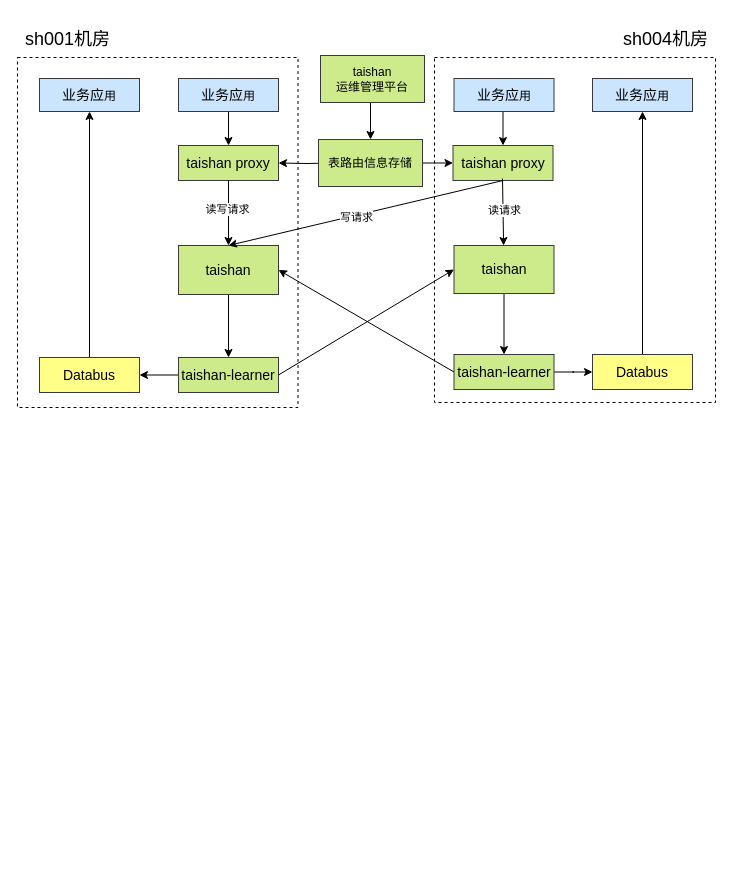
Above: 述职.drawio in nanblpc/draw (draw.io), before the change. Source tidied: cells renumbered, new cells numbered last; positions are measured from the earlier drawing's top-left corner, leaving out a move shared by most shapes. Both pictures are drawn from the tidied source at 100%, with x=0, y=0 at pixel (17, 17).
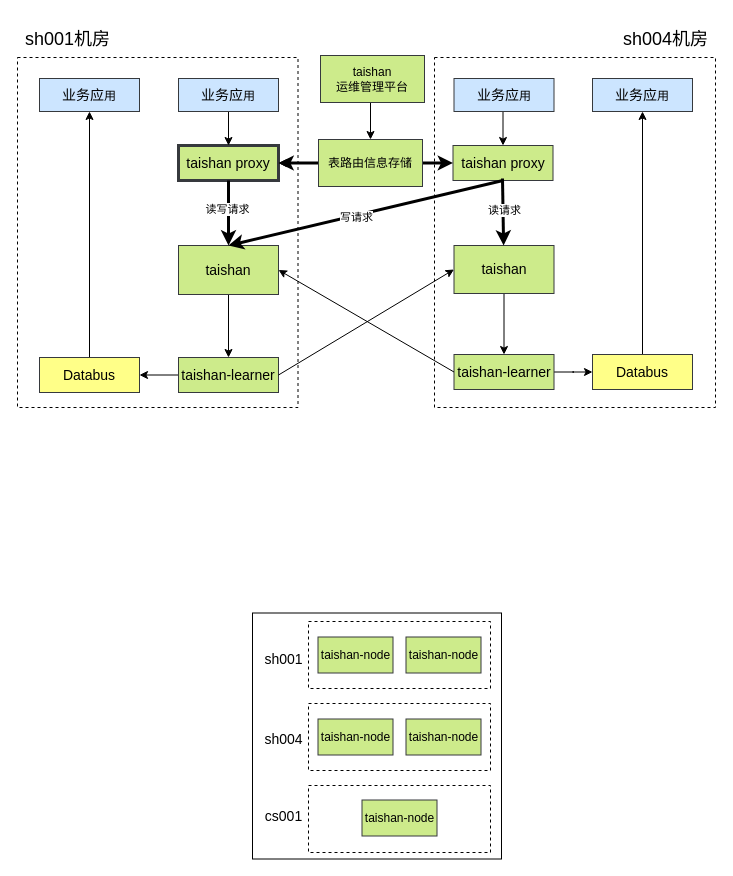
The same page after the edit.

The change refers to these unchanged cells:
```xml
<mxCell id="17" value="&lt;font style=&quot;font-size: 14px;&quot;&gt;taishan&lt;/font&gt;" style="rounded=0;whiteSpace=wrap;html=1;fillColor=#cdeb8b;strokeColor=#36393d;" parent="1" vertex="1">
  <mxGeometry x="436.5" y="228" width="100" height="48" as="geometry" />
</mxCell>
<mxCell id="19" value="&lt;font style=&quot;font-size: 14px;&quot;&gt;taishan&lt;/font&gt;" style="rounded=0;whiteSpace=wrap;html=1;fillColor=#cdeb8b;strokeColor=#36393d;" parent="1" vertex="1">
  <mxGeometry x="161" y="228" width="100" height="49" as="geometry" />
</mxCell>
```

Diff of the diagram source:
```diff
@@
+    <mxCell id="40" style="rounded=0;whiteSpace=wrap;html=1;" parent="1" vertex="1">
+      <mxGeometry x="235" y="595.5" width="249" height="246" as="geometry" />
+    </mxCell>
@@
-    <mxCell id="3" value="&lt;font style=&quot;font-size: 14px;&quot;&gt;taishan proxy&lt;/font&gt;" style="rounded=0;whiteSpace=wrap;html=1;fillColor=#cdeb8b;strokeColor=#36393d;" parent="1" vertex="1">
+    <mxCell id="3" value="&lt;font style=&quot;font-size: 14px;&quot;&gt;taishan proxy&lt;/font&gt;" style="rounded=0;whiteSpace=wrap;html=1;fillColor=#cdeb8b;strokeColor=#36393d;strokeWidth=3;" parent="1" vertex="1">
       <mxGeometry x="161" y="128" width="100" height="35" as="geometry" />
     </mxCell>
@@
     <mxCell id="9" style="rounded=0;whiteSpace=wrap;html=1;dashed=1;" parent="1" vertex="1">
-      <mxGeometry x="417" y="40" width="281" height="345" as="geometry" />
+      <mxGeometry x="417" y="40" width="281" height="350" as="geometry" />
     </mxCell>
-    <mxCell id="10" value="&lt;font style=&quot;font-size: 14px;&quot;&gt;taishan proxy&lt;/font&gt;" style="rounded=0;whiteSpace=wrap;html=1;fillColor=#cdeb8b;strokeColor=#36393d;" parent="1" vertex="1">
+    <mxCell id="10" value="&lt;font style=&quot;font-size: 14px;&quot;&gt;taishan proxy&lt;/font&gt;" style="rounded=0;whiteSpace=wrap;html=1;fillColor=#cdeb8b;strokeColor=#36393d;strokeWidth=1;" parent="1" vertex="1">
       <mxGeometry x="435.5" y="128" width="100" height="35" as="geometry" />
     </mxCell>
@@
-    <mxCell id="20" style="endArrow=classic;html=1;rounded=0;exitX=0.5;exitY=1;exitDx=0;exitDy=0;entryX=0.5;entryY=0;entryDx=0;entryDy=0;" parent="1" edge="1" source="3" target="19">
+    <mxCell id="20" style="endArrow=classic;html=1;rounded=0;exitX=0.5;exitY=1;exitDx=0;exitDy=0;entryX=0.5;entryY=0;entryDx=0;entryDy=0;strokeWidth=3;" parent="1" edge="1" source="3" target="19">
       <mxGeometry relative="1" as="geometry" />
     </mxCell>
@@
-    <mxCell id="22" style="endArrow=classic;html=1;rounded=0;exitX=0.5;exitY=1;exitDx=0;exitDy=0;entryX=0.5;entryY=0;entryDx=0;entryDy=0;" parent="1" edge="1" source="10" target="19">
+    <mxCell id="22" style="endArrow=classic;html=1;rounded=0;exitX=0.5;exitY=1;exitDx=0;exitDy=0;entryX=0.5;entryY=0;entryDx=0;entryDy=0;strokeWidth=3;" parent="1" edge="1" source="10" target="19">
       <mxGeometry relative="1" as="geometry" />
     </mxCell>
@@
-    <mxCell id="24" style="endArrow=classic;html=1;rounded=0;" parent="1" edge="1" target="17">
+    <mxCell id="24" style="endArrow=classic;html=1;rounded=0;strokeWidth=3;" parent="1" edge="1" target="17">
       <mxGeometry relative="1" as="geometry">
         <mxPoint x="485" y="161" as="sourcePoint" />
       </mxGeometry>
     </mxCell>
@@
-    <mxCell id="26" style="edgeStyle=orthogonalEdgeStyle;rounded=0;jettySize=auto;html=1;exitX=1;exitY=0.5;exitDx=0;exitDy=0;entryX=0;entryY=0.5;entryDx=0;entryDy=0;" parent="1" edge="1" source="28" target="10">
+    <mxCell id="26" style="edgeStyle=orthogonalEdgeStyle;rounded=0;jettySize=auto;html=1;exitX=1;exitY=0.5;exitDx=0;exitDy=0;entryX=0;entryY=0.5;entryDx=0;entryDy=0;strokeWidth=3;" parent="1" edge="1" source="28" target="10">
       <mxGeometry relative="1" as="geometry" />
     </mxCell>
@@
+    <mxCell id="41" style="edgeStyle=orthogonalEdgeStyle;rounded=0;jettySize=auto;html=1;strokeWidth=3;" parent="1" edge="1" source="28" target="3">
+      <mxGeometry relative="1" as="geometry" />
+    </mxCell>
-    <mxCell id="28" value="表路由信息存储" style="rounded=0;whiteSpace=wrap;html=1;fillColor=#cdeb8b;strokeColor=#36393d;" parent="1" vertex="1">
+    <mxCell id="28" value="表路由信息存储" style="rounded=0;whiteSpace=wrap;html=1;fillColor=#cdeb8b;strokeColor=#36393d;strokeWidth=1;" parent="1" vertex="1">
       <mxGeometry x="301" y="122" width="104" height="47" as="geometry" />
     </mxCell>
@@
+    <mxCell id="42" style="rounded=0;whiteSpace=wrap;html=1;dashed=1;" parent="1" vertex="1">
+      <mxGeometry x="291" y="604" width="182" height="67" as="geometry" />
+    </mxCell>
+    <mxCell id="43" value="taishan-node" style="rounded=0;whiteSpace=wrap;html=1;fillColor=#cdeb8b;strokeColor=#36393d;" parent="1" vertex="1">
+      <mxGeometry x="300.5" y="619.5" width="75" height="36" as="geometry" />
+    </mxCell>
+    <mxCell id="44" style="edgeStyle=orthogonalEdgeStyle;rounded=0;orthogonalLoop=1;jettySize=auto;html=1;exitX=0.5;exitY=1;exitDx=0;exitDy=0;" parent="1" edge="1" source="43" target="43">
+      <mxGeometry relative="1" as="geometry" />
+    </mxCell>
+    <mxCell id="45" value="taishan-node" style="rounded=0;whiteSpace=wrap;html=1;fillColor=#cdeb8b;strokeColor=#36393d;" parent="1" vertex="1">
+      <mxGeometry x="388.5" y="619.5" width="75" height="36" as="geometry" />
+    </mxCell>
+    <mxCell id="46" style="rounded=0;whiteSpace=wrap;html=1;dashed=1;" parent="1" vertex="1">
+      <mxGeometry x="291" y="686" width="182" height="67" as="geometry" />
+    </mxCell>
+    <mxCell id="47" value="taishan-node" style="rounded=0;whiteSpace=wrap;html=1;fillColor=#cdeb8b;strokeColor=#36393d;" parent="1" vertex="1">
+      <mxGeometry x="300.5" y="701.5" width="75" height="36" as="geometry" />
+    </mxCell>
+    <mxCell id="48" style="edgeStyle=orthogonalEdgeStyle;rounded=0;orthogonalLoop=1;jettySize=auto;html=1;exitX=0.5;exitY=1;exitDx=0;exitDy=0;" parent="1" edge="1" source="47" target="47">
+      <mxGeometry relative="1" as="geometry" />
+    </mxCell>
+    <mxCell id="49" value="taishan-node" style="rounded=0;whiteSpace=wrap;html=1;fillColor=#cdeb8b;strokeColor=#36393d;" parent="1" vertex="1">
+      <mxGeometry x="388.5" y="701.5" width="75" height="36" as="geometry" />
+    </mxCell>
+    <mxCell id="50" style="rounded=0;whiteSpace=wrap;html=1;dashed=1;" parent="1" vertex="1">
+      <mxGeometry x="291" y="768" width="182" height="67" as="geometry" />
+    </mxCell>
+    <mxCell id="51" value="taishan-node" style="rounded=0;whiteSpace=wrap;html=1;fillColor=#cdeb8b;strokeColor=#36393d;" parent="1" vertex="1">
+      <mxGeometry x="344.5" y="782.5" width="75" height="36" as="geometry" />
+    </mxCell>
+    <mxCell id="52" style="edgeStyle=orthogonalEdgeStyle;rounded=0;orthogonalLoop=1;jettySize=auto;html=1;exitX=0.5;exitY=1;exitDx=0;exitDy=0;" parent="1" edge="1" source="51" target="51">
+      <mxGeometry relative="1" as="geometry" />
+    </mxCell>
+    <mxCell id="53" value="&lt;span style=&quot;font-weight: normal;&quot;&gt;&lt;font style=&quot;font-size: 14px;&quot;&gt;sh001&lt;/font&gt;&lt;/span&gt;" style="text;strokeColor=none;fillColor=none;html=1;fontSize=24;fontStyle=1;verticalAlign=middle;align=center;" parent="1" vertex="1">
+      <mxGeometry x="229" y="621.5" width="74" height="34" as="geometry" />
+    </mxCell>
+    <mxCell id="54" value="&lt;span style=&quot;font-weight: normal;&quot;&gt;&lt;font style=&quot;font-size: 14px;&quot;&gt;sh004&lt;/font&gt;&lt;/span&gt;" style="text;strokeColor=none;fillColor=none;html=1;fontSize=24;fontStyle=1;verticalAlign=middle;align=center;" parent="1" vertex="1">
+      <mxGeometry x="229" y="701.5" width="74" height="34" as="geometry" />
+    </mxCell>
+    <mxCell id="55" value="&lt;span style=&quot;font-weight: normal;&quot;&gt;&lt;font style=&quot;font-size: 14px;&quot;&gt;cs001&lt;/font&gt;&lt;/span&gt;" style="text;strokeColor=none;fillColor=none;html=1;fontSize=24;fontStyle=1;verticalAlign=middle;align=center;" parent="1" vertex="1">
+      <mxGeometry x="229" y="779" width="74" height="34" as="geometry" />
+    </mxCell>
```
